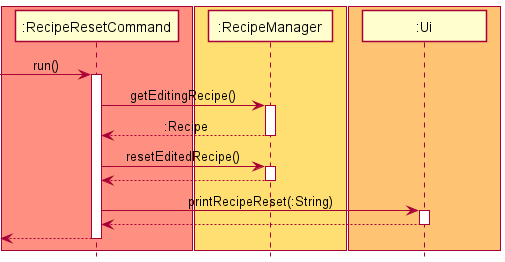
Above: docs/images/dg/RecipeResetCommand.png in rizemon/tp (PlantUML), before the change. Its diagram source:
```plantuml
@startuml
!include ../../Style.puml

box LOGIC_COLOR
Participant ":RecipeResetCommand" as RecipeResetCommand
end box
box RECIPE_COLOR
Participant ":RecipeManager" as RecipeManager
end box
box UI_COLOR
Participant ":Ui" as Ui
end box

-> RecipeResetCommand: run()
activate RecipeResetCommand

RecipeResetCommand -> RecipeManager: getEditingRecipe()
activate RecipeManager
RecipeResetCommand <-- RecipeManager: :Recipe
deactivate RecipeManager

RecipeResetCommand -> RecipeManager: resetEditedRecipe()
activate RecipeManager
RecipeResetCommand <-- RecipeManager
deactivate RecipeManager

RecipeResetCommand -> Ui: printRecipeReset(:String)
activate Ui
RecipeResetCommand <-- Ui
deactivate Ui

<-- RecipeResetCommand
deactivate RecipeResetCommand

@enduml
```
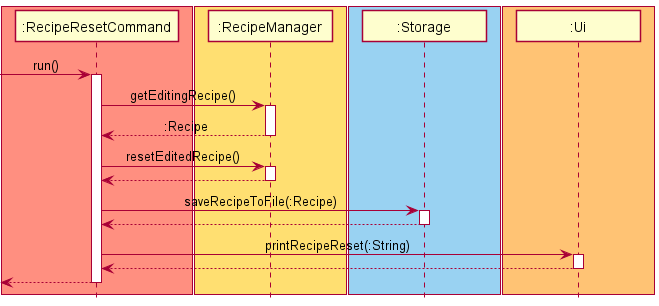
After the change.

The edit, as a diff of the source:
```diff
@@ -6,6 +6,9 @@
 end box
 box RECIPE_COLOR
 Participant ":RecipeManager" as RecipeManager
+end box
+box STORAGE_COLOR
+Participant ":Storage" as Storage
 end box
 box UI_COLOR
 Participant ":Ui" as Ui
@@ -24,6 +27,11 @@
 RecipeResetCommand <-- RecipeManager
 deactivate RecipeManager
 
+RecipeResetCommand -> Storage: saveRecipeToFile(:Recipe)
+activate Storage
+RecipeResetCommand <-- Storage
+deactivate Storage
+
 RecipeResetCommand -> Ui: printRecipeReset(:String)
 activate Ui
 RecipeResetCommand <-- Ui
```
